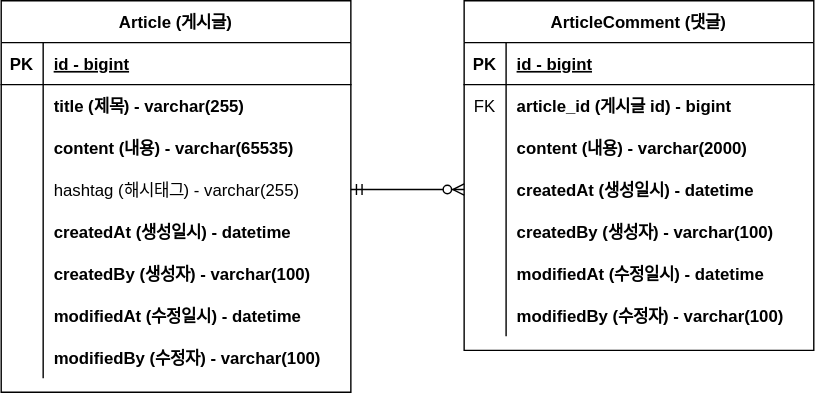
skskdmsdl/springboot-board keeps this draw.io diagram as document/board-erd.svg. Above is the earlier version. Source tidied: cells renumbered, new cells last; positions are measured from the earlier drawing's top-left corner, leaving out a move shared by most shapes.
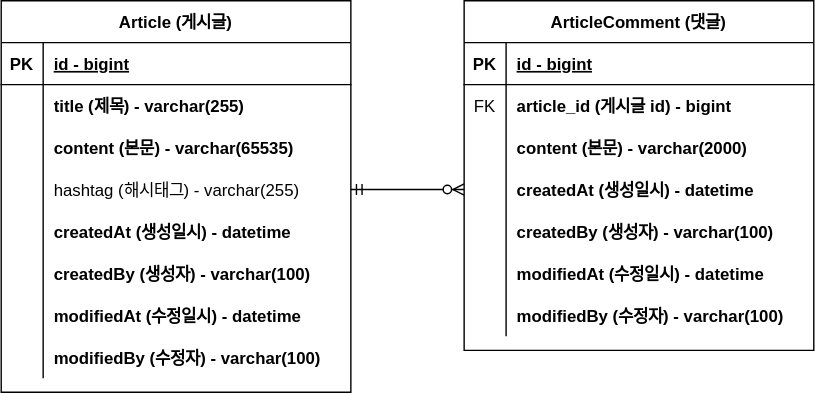
The same file after the commit.

Commit message:
#8 - ERD 주석 업데이트 : board-erd.svg

Change to the diagram source:
```diff
@@ -29,7 +29,7 @@
     <mxCell id="10" style="shape=partialRectangle;overflow=hidden;fillColor=none;top=0;left=0;bottom=0;right=0;" parent="9" vertex="1">
       <mxGeometry width="30" height="30" as="geometry" />
     </mxCell>
-    <mxCell id="11" value="content (내용) - varchar(2000)" style="shape=partialRectangle;overflow=hidden;fillColor=none;top=0;left=0;bottom=0;right=0;align=left;spacingLeft=6;fontStyle=1;" parent="9" vertex="1">
+    <mxCell id="11" value="content (본문) - varchar(2000)" style="shape=partialRectangle;overflow=hidden;fillColor=none;top=0;left=0;bottom=0;right=0;align=left;spacingLeft=6;fontStyle=1;" parent="9" vertex="1">
       <mxGeometry x="30" width="220" height="30" as="geometry" />
     </mxCell>
     <mxCell id="12" style="shape=partialRectangle;fillColor=none;points=[[0,0.5],[1,0.5]];portConstraint=eastwest;top=0;left=0;right=0;bottom=0;" parent="2" vertex="1">
@@ -95,7 +95,7 @@
     <mxCell id="32" style="shape=partialRectangle;overflow=hidden;fillColor=none;top=0;left=0;bottom=0;right=0;" parent="31" vertex="1">
       <mxGeometry width="30" height="30" as="geometry" />
     </mxCell>
-    <mxCell id="33" value="content (내용) - varchar(65535)" style="shape=partialRectangle;overflow=hidden;fillColor=none;top=0;left=0;bottom=0;right=0;align=left;spacingLeft=6;fontStyle=1;" parent="31" vertex="1">
+    <mxCell id="33" value="content (본문) - varchar(65535)" style="shape=partialRectangle;overflow=hidden;fillColor=none;top=0;left=0;bottom=0;right=0;align=left;spacingLeft=6;fontStyle=1;" parent="31" vertex="1">
       <mxGeometry x="30" width="220" height="30" as="geometry" />
     </mxCell>
     <mxCell id="34" style="shape=partialRectangle;fillColor=none;points=[[0,0.5],[1,0.5]];portConstraint=eastwest;top=0;left=0;right=0;bottom=0;fontStyle=1;" parent="24" vertex="1">
```
